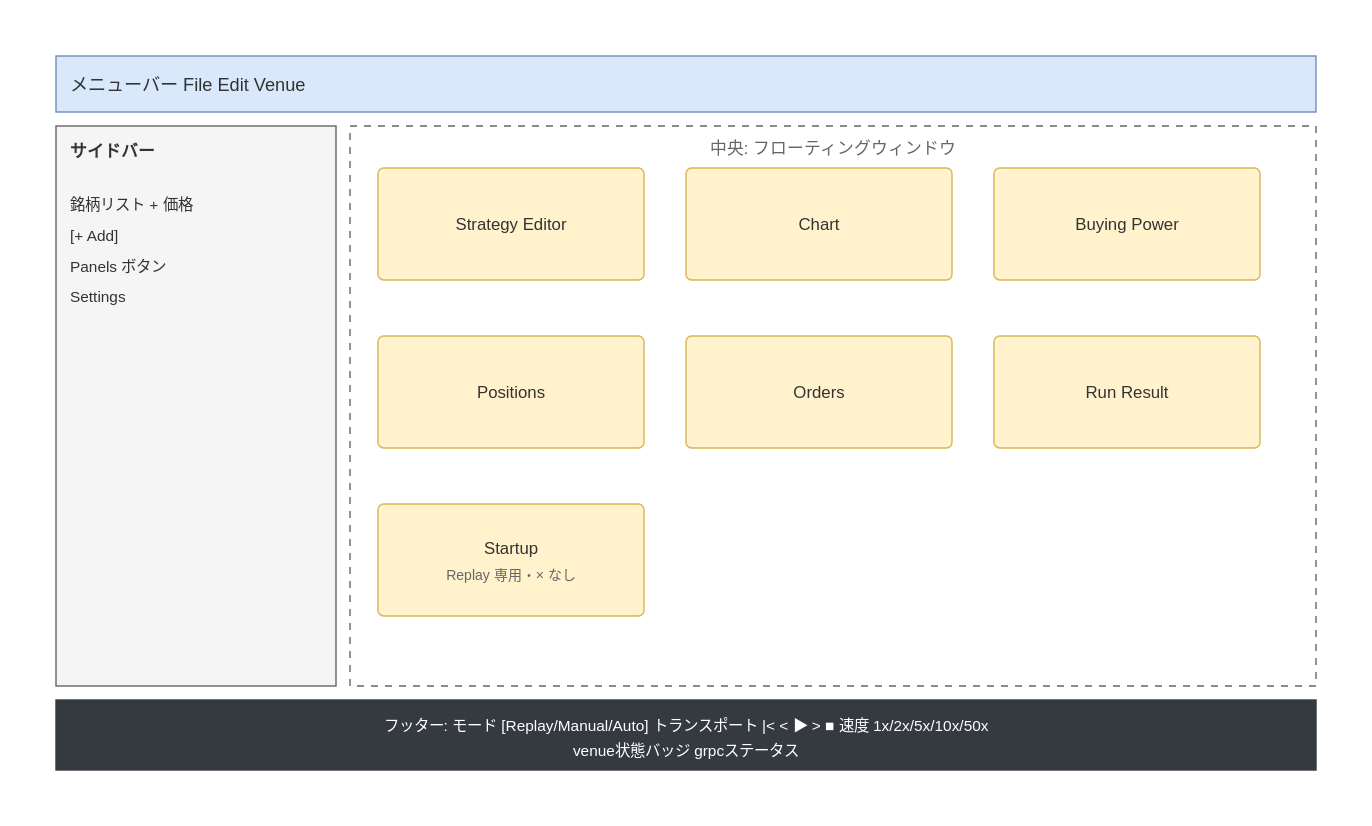
botterYosuke/The-Trader-Was-Replaced keeps this draw.io diagram as docs/wiki/assets/screen-layout.drawio.svg. Above is the earlier version. Source tidied: cells renumbered, new cells last; positions are measured from the earlier drawing's top-left corner, leaving out a move shared by most shapes.
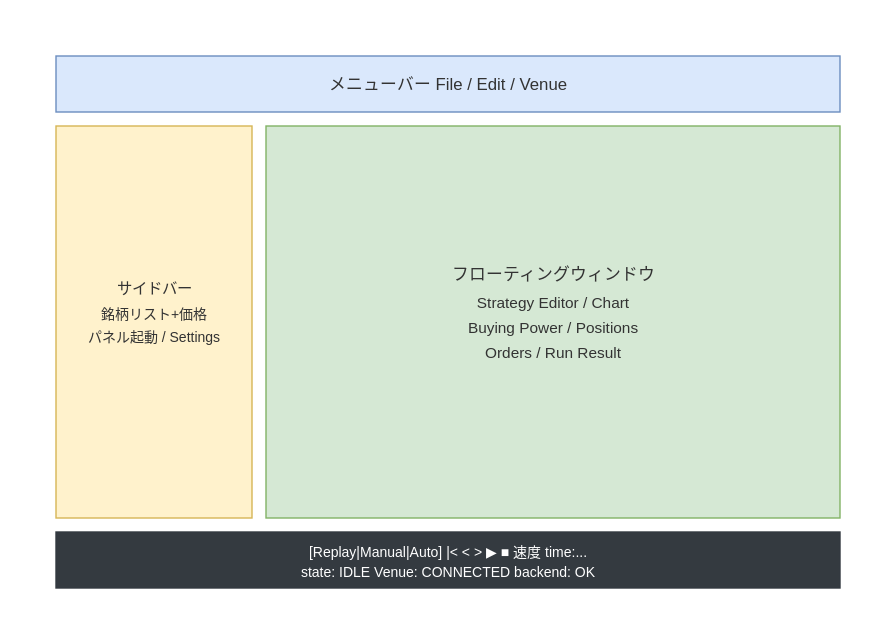
After the commit.

The edit, as a diff of the source:
```diff
@@ -2,38 +2,17 @@
   <root>
     <mxCell id="0" />
     <mxCell id="1" parent="0" />
-    <mxCell id="2" value="メニューバー   File   Edit   Venue" style="rounded=0;whiteSpace=wrap;html=1;align=left;spacingLeft=10;fillColor=#dae8fc;strokeColor=#6c8ebf;" parent="1" vertex="1">
-      <mxGeometry width="900" height="40" as="geometry" />
-    </mxCell>
-    <mxCell id="3" value="サイドバー&#10;&#10;銘柄リスト + 価格&#10;[+ Add]&#10;Panels ボタン&#10;Settings" style="rounded=0;whiteSpace=wrap;html=1;align=left;verticalAlign=top;spacingTop=8;spacingLeft=10;fillColor=#f5f5f5;strokeColor=#666666;" parent="1" vertex="1">
-      <mxGeometry y="50" width="200" height="400" as="geometry" />
-    </mxCell>
-    <mxCell id="4" value="中央: フローティングウィンドウ" style="rounded=0;whiteSpace=wrap;html=1;align=center;verticalAlign=top;spacingTop=8;fillColor=#ffffff;strokeColor=#666666;dashed=1;" parent="1" vertex="1">
-      <mxGeometry x="210" y="50" width="690" height="400" as="geometry" />
-    </mxCell>
-    <mxCell id="5" value="Strategy Editor" style="rounded=1;whiteSpace=wrap;html=1;fillColor=#fff2cc;strokeColor=#d6b656;" parent="1" vertex="1">
-      <mxGeometry x="230" y="80" width="190" height="80" as="geometry" />
-    </mxCell>
-    <mxCell id="6" value="Chart" style="rounded=1;whiteSpace=wrap;html=1;fillColor=#fff2cc;strokeColor=#d6b656;" parent="1" vertex="1">
-      <mxGeometry x="450" y="80" width="190" height="80" as="geometry" />
-    </mxCell>
-    <mxCell id="7" value="Buying Power" style="rounded=1;whiteSpace=wrap;html=1;fillColor=#fff2cc;strokeColor=#d6b656;" parent="1" vertex="1">
-      <mxGeometry x="670" y="80" width="190" height="80" as="geometry" />
-    </mxCell>
-    <mxCell id="8" value="Positions" style="rounded=1;whiteSpace=wrap;html=1;fillColor=#fff2cc;strokeColor=#d6b656;" parent="1" vertex="1">
-      <mxGeometry x="230" y="200" width="190" height="80" as="geometry" />
-    </mxCell>
-    <mxCell id="9" value="Orders" style="rounded=1;whiteSpace=wrap;html=1;fillColor=#fff2cc;strokeColor=#d6b656;" parent="1" vertex="1">
-      <mxGeometry x="450" y="200" width="190" height="80" as="geometry" />
-    </mxCell>
-    <mxCell id="10" value="Run Result" style="rounded=1;whiteSpace=wrap;html=1;fillColor=#fff2cc;strokeColor=#d6b656;" parent="1" vertex="1">
-      <mxGeometry x="670" y="200" width="190" height="80" as="geometry" />
-    </mxCell>
-    <mxCell id="11" value="Startup&#10;Replay 専用・× なし" style="rounded=1;whiteSpace=wrap;html=1;fillColor=#fff2cc;strokeColor=#d6b656;" parent="1" vertex="1">
-      <mxGeometry x="230" y="320" width="190" height="80" as="geometry" />
-    </mxCell>
-    <mxCell id="12" value="フッター: モード [Replay/Manual/Auto]  トランスポート |&lt; &lt; ▶ &gt; ■  速度 1x/2x/5x/10x/50x  venue状態バッジ  grpcステータス" style="rounded=0;whiteSpace=wrap;html=1;align=center;fontColor=#ffffff;fillColor=#343a40;strokeColor=#343a40;" parent="1" vertex="1">
-      <mxGeometry y="460" width="900" height="50" as="geometry" />
-    </mxCell>
+    <mxCell id="13" value="メニューバー  File / Edit / Venue" style="rounded=0;whiteSpace=wrap;html=1;fillColor=#dae8fc;strokeColor=#6c8ebf;" parent="1" vertex="1">
+      <mxGeometry width="560" height="40" as="geometry" />
+    </mxCell>
+    <mxCell id="14" value="サイドバー&#10;銘柄リスト+価格&#10;パネル起動&#10;Settings" style="rounded=0;whiteSpace=wrap;html=1;fillColor=#fff2cc;strokeColor=#d6b656;" parent="1" vertex="1">
+      <mxGeometry y="50" width="140" height="280" as="geometry" />
+    </mxCell>
+    <mxCell id="15" value="フローティングウィンドウ&#10;Strategy Editor / Chart&#10;Buying Power / Positions&#10;Orders / Run Result" style="rounded=0;whiteSpace=wrap;html=1;fillColor=#d5e8d4;strokeColor=#82b366;" parent="1" vertex="1">
+      <mxGeometry x="150" y="50" width="410" height="280" as="geometry" />
+    </mxCell>
+    <mxCell id="16" value="フッター   [Replay|Manual|Auto]  |&lt; &lt; &gt; ▶ ■  速度  time:...  state: IDLE  Venue: ...  backend: OK" style="rounded=0;whiteSpace=wrap;html=1;fillColor=#343a40;strokeColor=#343a40;fontColor=#ffffff;" parent="1" vertex="1">
+      <mxGeometry y="340" width="560" height="40" as="geometry" />
+    </mxCell>
   </root>
 </mxGraphModel>
```
